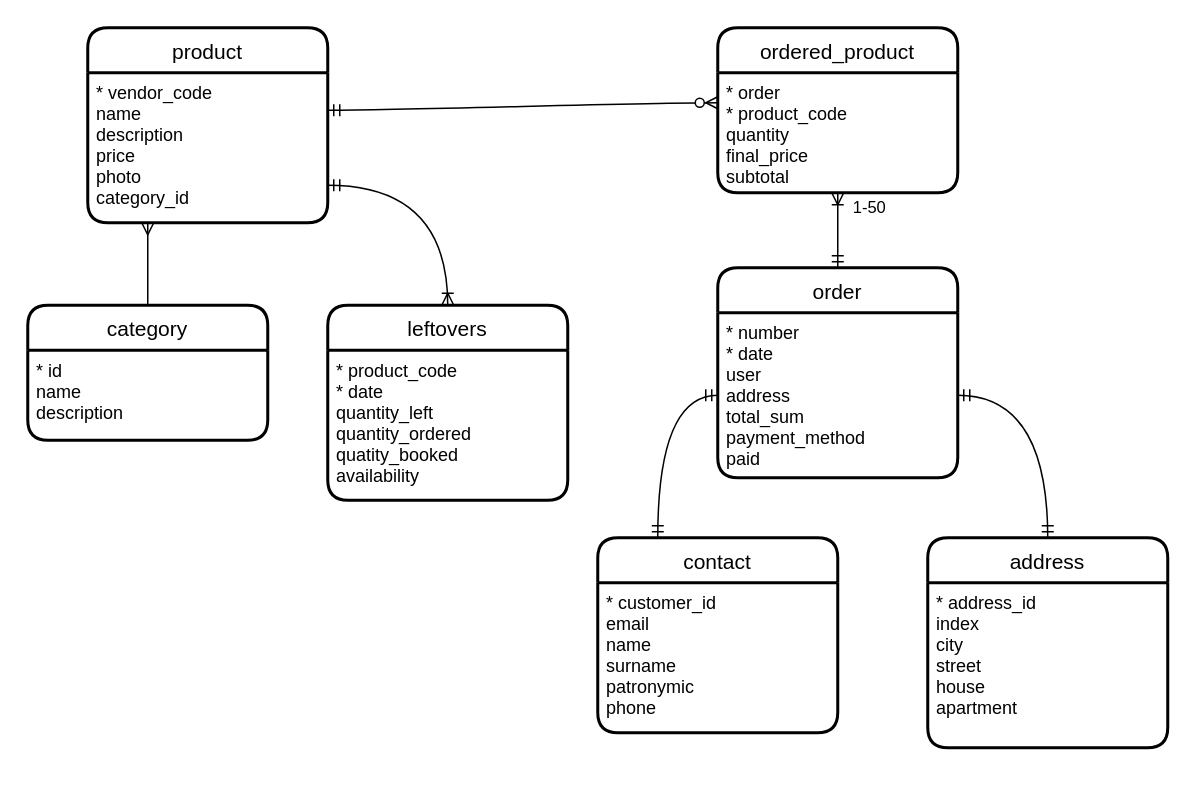
AsyaAleksandrova/Analytic keeps this draw.io diagram as Учебный_проект_2.drawio. Above is the earlier version. Source tidied: cells renumbered, new cells numbered last; positions are measured from the earlier drawing's top-left corner, leaving out a move shared by most shapes. Both pictures are drawn from the tidied source at 150%, with x=0, y=0 at pixel (27, 27).
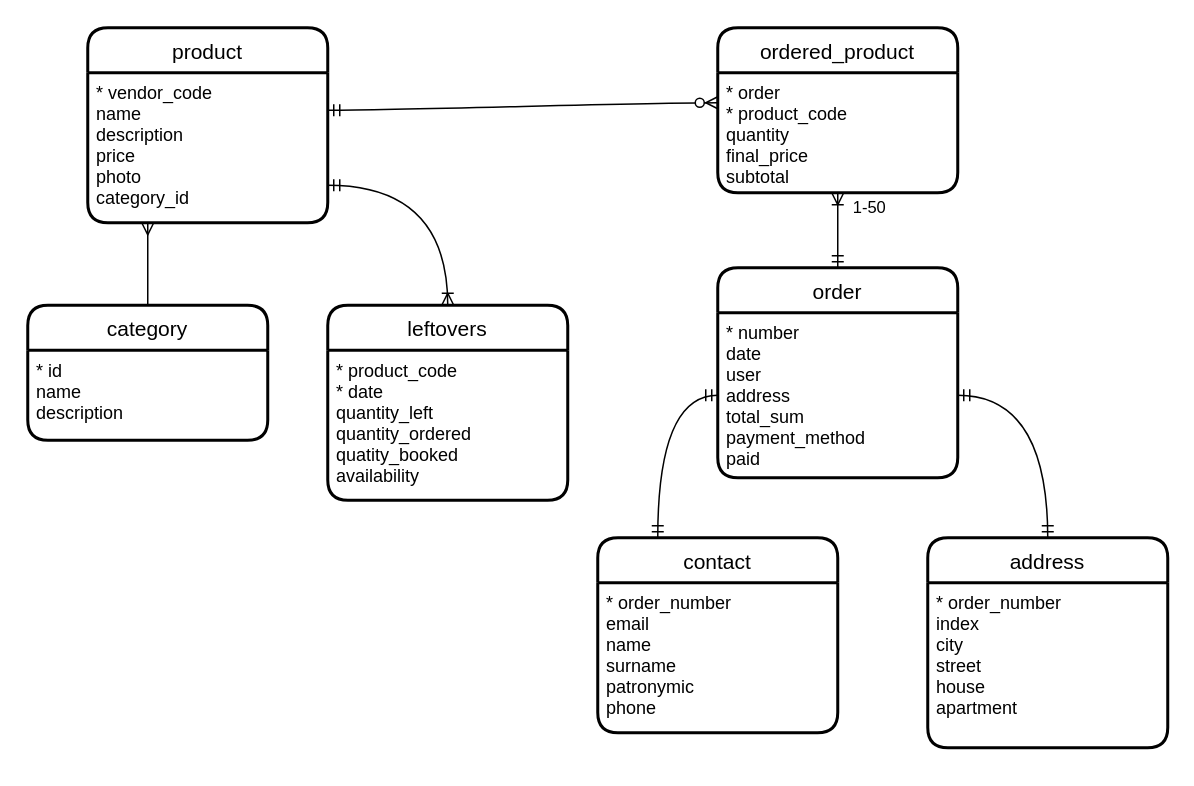
The same page after the edit.

Unchanged cells that the change refers to:
```xml
<mxCell id="7" value="address" style="swimlane;horizontal=1;startSize=30;rounded=1;fontSize=14;fontStyle=0;strokeWidth=2;shadow=0;dashed=0;align=center;" parent="1" vertex="1">
  <mxGeometry x="600" y="340" width="160" height="140" as="geometry" />
</mxCell>
<mxCell id="10" value="contact" style="swimlane;horizontal=1;startSize=30;rounded=1;fontSize=14;fontStyle=0;strokeWidth=2;shadow=0;dashed=0;align=center;labelBackgroundColor=#FFFFFF;labelBorderColor=none;" parent="1" vertex="1">
  <mxGeometry x="380" y="340" width="160" height="130" as="geometry" />
</mxCell>
<mxCell id="15" value="order" style="swimlane;horizontal=1;startSize=30;rounded=1;fontSize=14;fontStyle=0;strokeWidth=2;shadow=0;dashed=0;align=center;" parent="1" vertex="1">
  <mxGeometry x="460" y="160" width="160" height="140" as="geometry" />
</mxCell>
```

Diff of the diagram source:
```diff
@@
-    <mxCell id="8" value="* address_id&#10;index&#10;city&#10;street&#10;house&#10;apartment" style="align=left;strokeColor=none;fillColor=none;spacingLeft=4;fontSize=12;verticalAlign=top;" parent="7" vertex="1">
+    <mxCell id="8" value="* order_number&#10;index&#10;city&#10;street&#10;house&#10;apartment" style="align=left;strokeColor=none;fillColor=none;spacingLeft=4;fontSize=12;verticalAlign=top;" parent="7" vertex="1">
       <mxGeometry y="30" width="160" height="110" as="geometry" />
     </mxCell>
@@
-    <mxCell id="11" value="* customer_id&#10;email&#10;name&#10;surname&#10;patronymic&#10;phone" style="align=left;strokeColor=none;fillColor=none;spacingLeft=4;fontSize=12;verticalAlign=top;labelBackgroundColor=#FFFFFF;labelBorderColor=none;" parent="10" vertex="1">
+    <mxCell id="11" value="* order_number&#10;email&#10;name&#10;surname&#10;patronymic&#10;phone" style="align=left;strokeColor=none;fillColor=none;spacingLeft=4;fontSize=12;verticalAlign=top;labelBackgroundColor=#FFFFFF;labelBorderColor=none;" parent="10" vertex="1">
       <mxGeometry y="30" width="160" height="100" as="geometry" />
     </mxCell>
@@
-    <mxCell id="16" value="* number&#10;* date&#10;user&#10;address&#10;total_sum&#10;payment_method&#10;paid" style="align=left;strokeColor=none;fillColor=none;spacingLeft=4;fontSize=12;verticalAlign=top;" parent="15" vertex="1">
+    <mxCell id="16" value="* number&#10;date&#10;user&#10;address&#10;total_sum&#10;payment_method&#10;paid" style="align=left;strokeColor=none;fillColor=none;spacingLeft=4;fontSize=12;verticalAlign=top;" parent="15" vertex="1">
       <mxGeometry y="30" width="160" height="110" as="geometry" />
     </mxCell>
```
